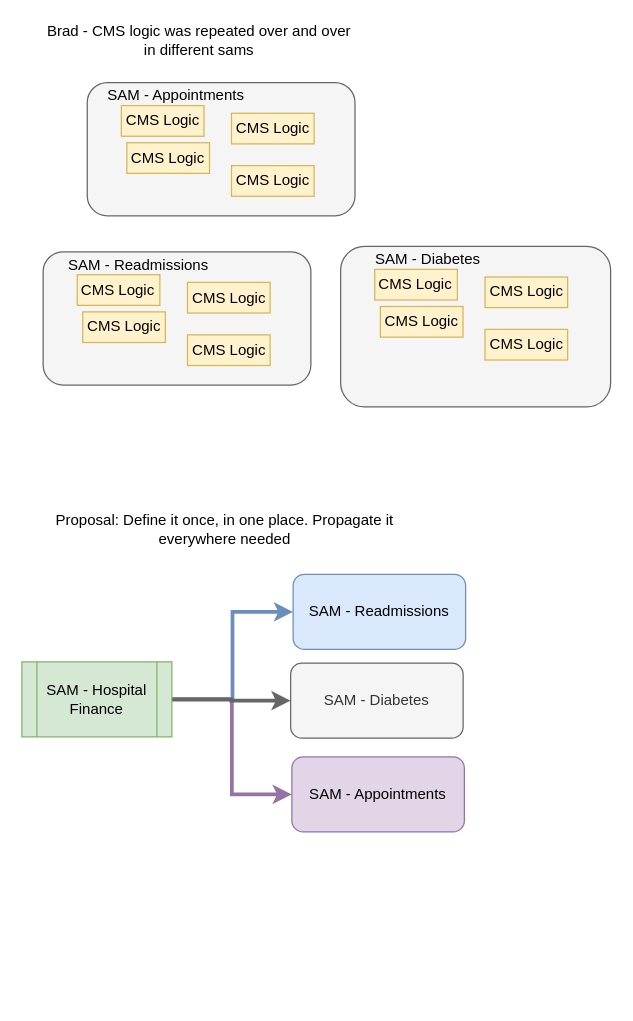
The draw.io diagram draw.io/Deaconess.drawio in jadkinsgr/DesignResources, before the edit. Source tidied: cells renumbered, new cells numbered last; positions are measured from the earlier drawing's top-left corner, leaving out a move shared by most shapes. Both pictures are drawn from the tidied source at 125%, with x=0, y=0 at pixel (21, 21).
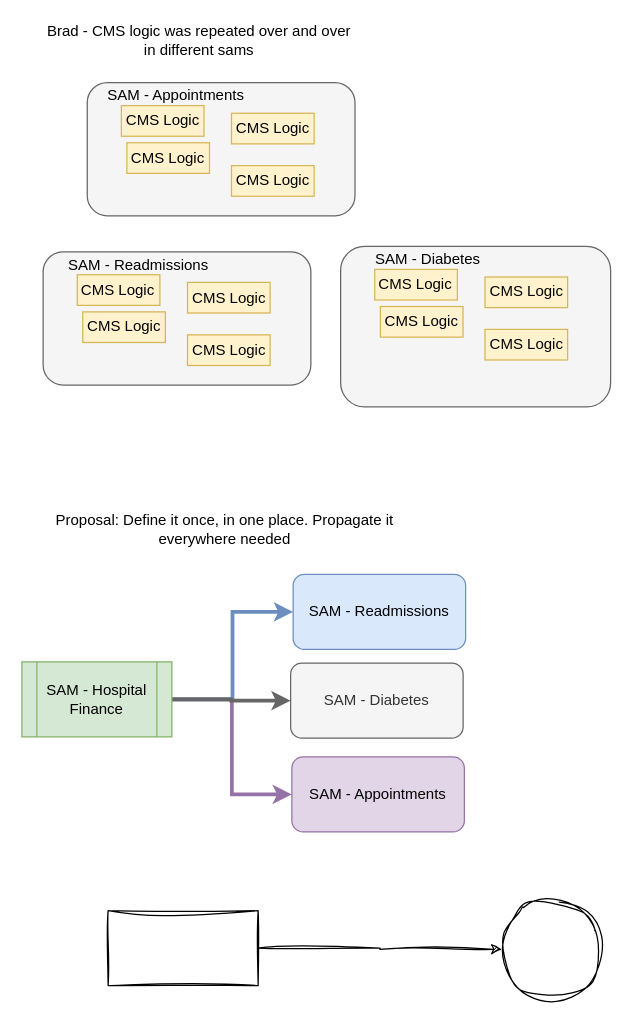
The same page after the edit.

What changed in the source:
```diff
@@
+    <mxCell id="30" style="edgeStyle=orthogonalEdgeStyle;rounded=0;jettySize=auto;html=1;sketch=1;curveFitting=1;jiggle=2;" parent="1" edge="1" source="31" target="32">
+      <mxGeometry relative="1" as="geometry" />
+    </mxCell>
+    <mxCell id="31" style="rounded=0;whiteSpace=wrap;html=1;sketch=1;curveFitting=1;jiggle=2;" parent="1" vertex="1">
+      <mxGeometry x="69" y="711" width="120" height="60" as="geometry" />
+    </mxCell>
+    <mxCell id="32" style="ellipse;whiteSpace=wrap;html=1;rounded=0;sketch=1;curveFitting=1;jiggle=2;" parent="1" vertex="1">
+      <mxGeometry x="384" y="702" width="80" height="80" as="geometry" />
+    </mxCell>
```
